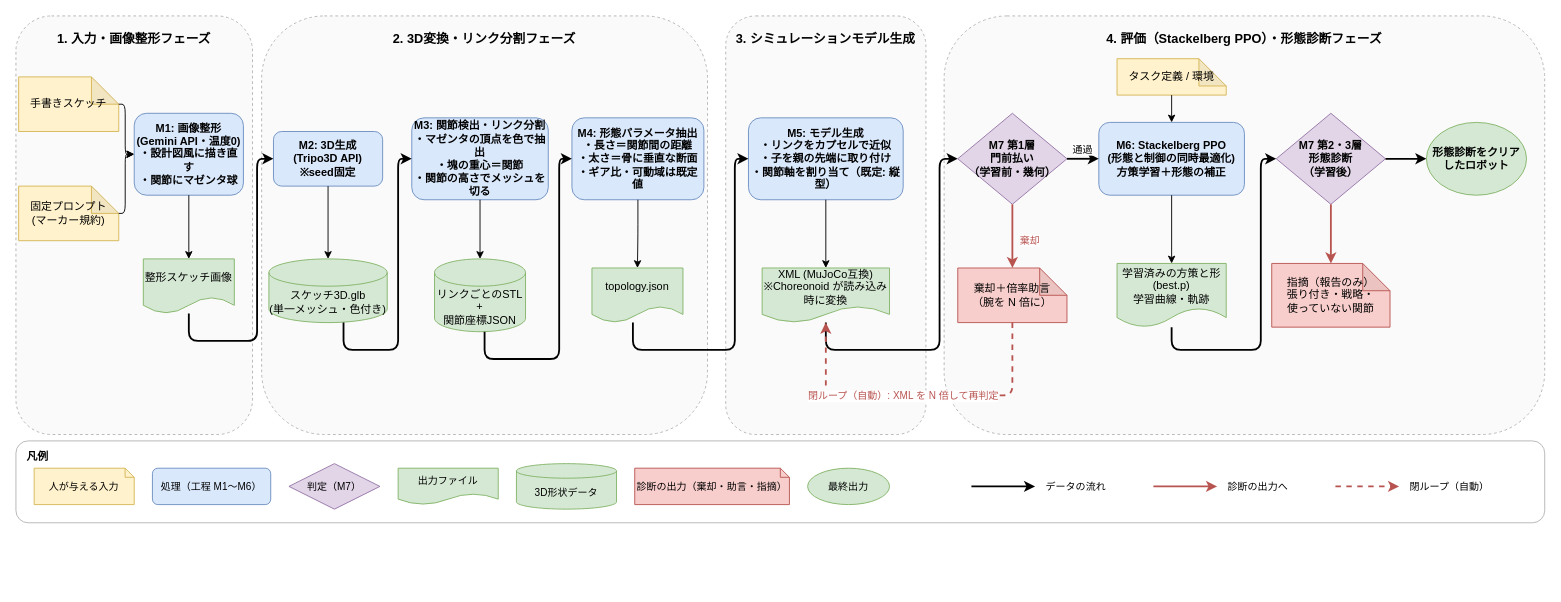
233301koshiro/StackelbergPPO keeps this draw.io diagram as docs/研究応用/執筆/システム図.drawio. Above is the earlier version. Source tidied: cells renumbered, new cells numbered last; positions are measured from the earlier drawing's top-left corner, leaving out a move shared by most shapes. Both pictures are drawn from the tidied source at 91%, with x=0, y=0 at pixel (15, 15).
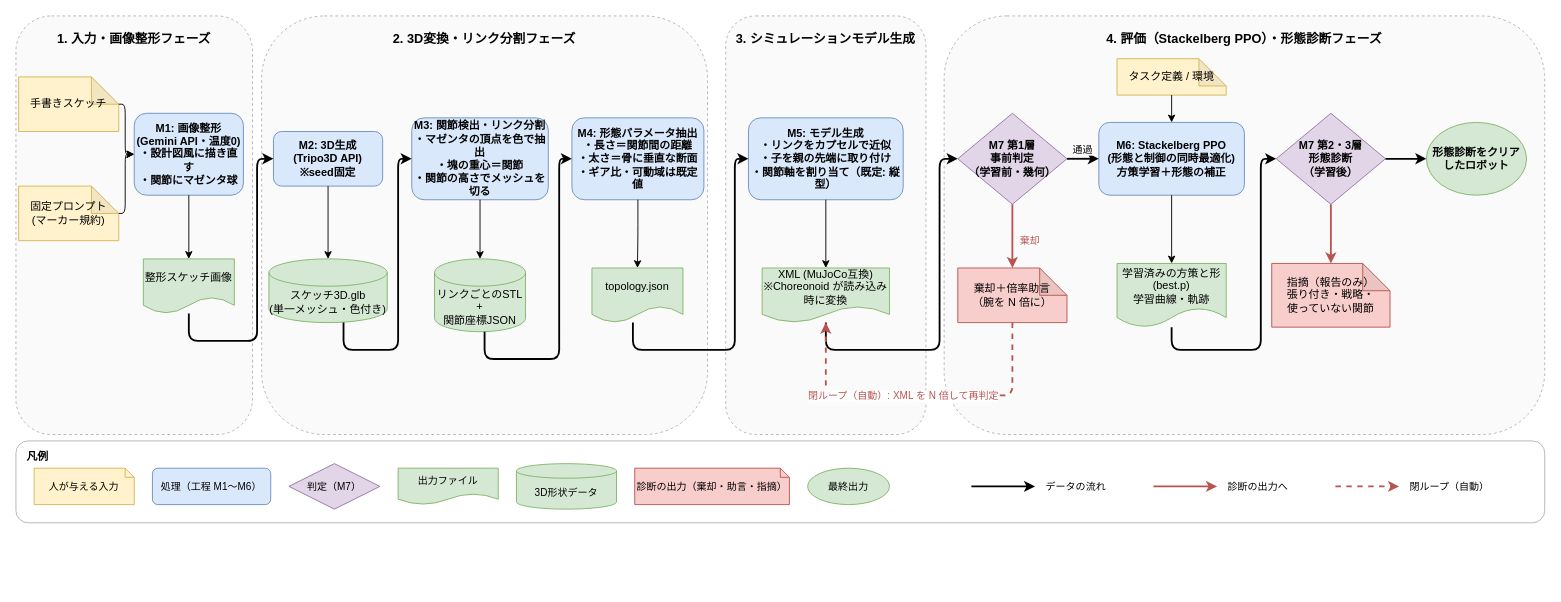
Above is the later version.

Commit message (it also covers changes not shown here):
図 3.1・システム図: M7 第1層のラベル「門前払い」を本文の語「事前判定」にそろえる（ユーザー判断）

原本を直して make_system_figure.py で論文用を作り直し、スライド用の PNG も原本から書き出し直した。

What changed in the source:
```diff
@@
-    <mxCell id="29" value="M7 第1層&#10;門前払い&#10;（学習前・幾何）" style="rhombus;whiteSpace=wrap;html=1;fillColor=#e1d5e7;strokeColor=#9673a6;fontStyle=1;" parent="1" vertex="1">
+    <mxCell id="29" value="M7 第1層&#10;事前判定&#10;（学習前・幾何）" style="rhombus;whiteSpace=wrap;html=1;fillColor=#e1d5e7;strokeColor=#9673a6;fontStyle=1;" parent="1" vertex="1">
       <mxGeometry x="1035" y="107" width="120" height="100" as="geometry" />
     </mxCell>
```
